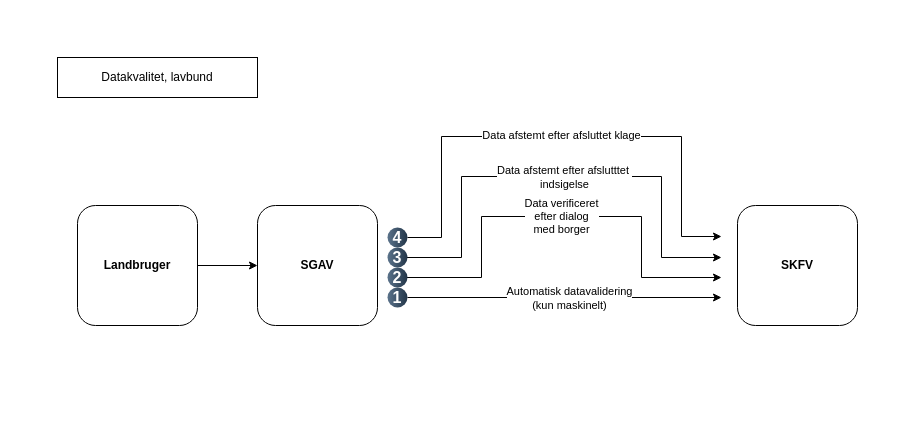
Before: Untitled Diagram.drawio in Zaladk/drawio, a draw.io diagram. Source tidied: cells renumbered, new cells numbered last; positions are measured from the earlier drawing's top-left corner, leaving out a move shared by most shapes. Both pictures are drawn from the tidied source at 100%, with x=0, y=0 at pixel (57, 57).
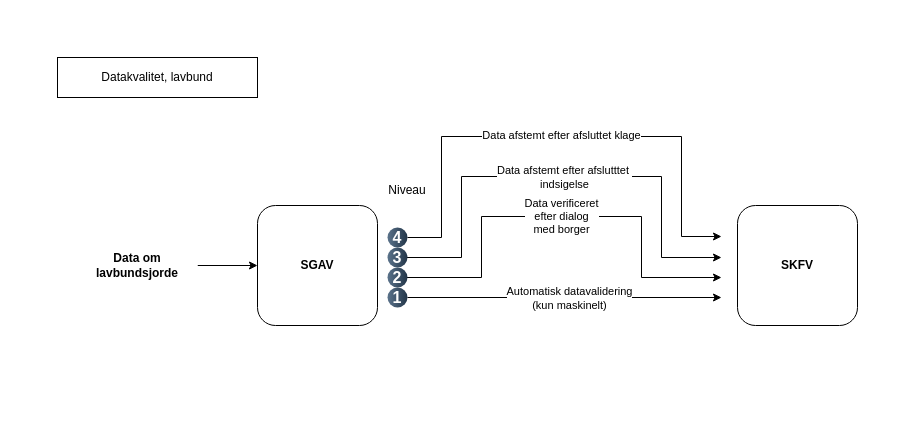
Above is the later version.

What changed in the source:
```diff
@@
+    <mxCell id="18" style="rounded=0;whiteSpace=wrap;html=1;strokeColor=none;" parent="1" vertex="1">
+      <mxGeometry x="-40" y="-40" width="880" height="400" as="geometry" />
+    </mxCell>
@@
-    <mxCell id="3" value="&lt;b&gt;Landbruger&lt;/b&gt;" style="rounded=1;whiteSpace=wrap;html=1;" parent="1" vertex="1">
+    <mxCell id="3" value="&lt;b&gt;Data om lavbundsjorde&lt;/b&gt;" style="rounded=1;whiteSpace=wrap;html=1;strokeColor=none;" parent="1" vertex="1">
       <mxGeometry x="20" y="148" width="120" height="120" as="geometry" />
     </mxCell>
@@
+    <mxCell id="19" value="Niveau" style="rounded=0;whiteSpace=wrap;html=1;strokeColor=none;" parent="1" vertex="1">
+      <mxGeometry x="320" y="118" width="60" height="30" as="geometry" />
+    </mxCell>
```
